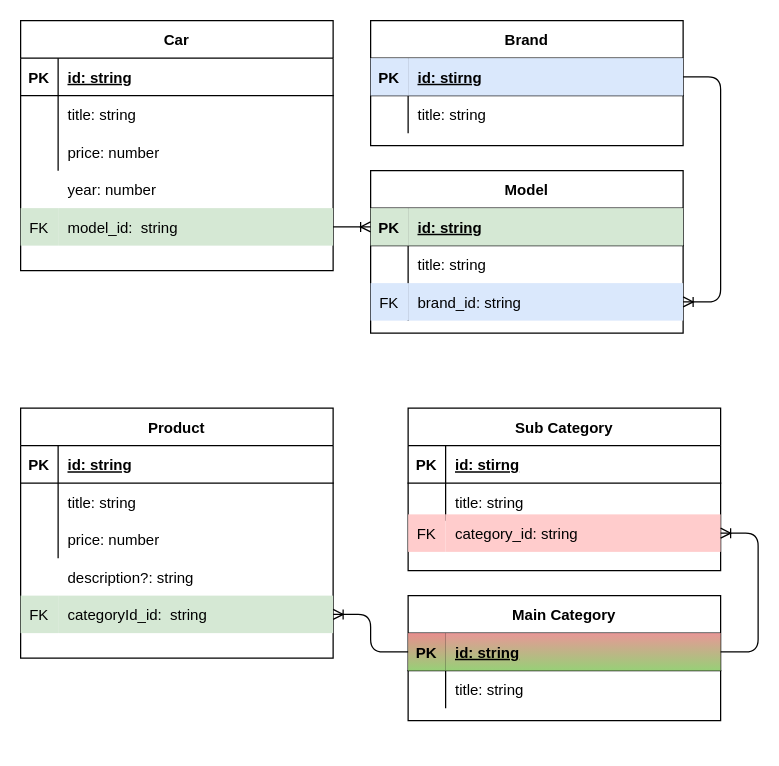
This is umls.drawio from ZilvinasVidmantas/TS-programa, a draw.io file, before an edit. Source tidied: cells renumbered, new cells numbered last; positions are measured from the earlier drawing's top-left corner, leaving out a move shared by most shapes. Both pictures are drawn from the tidied source at 125%, with x=0, y=0 at pixel (20, 20).
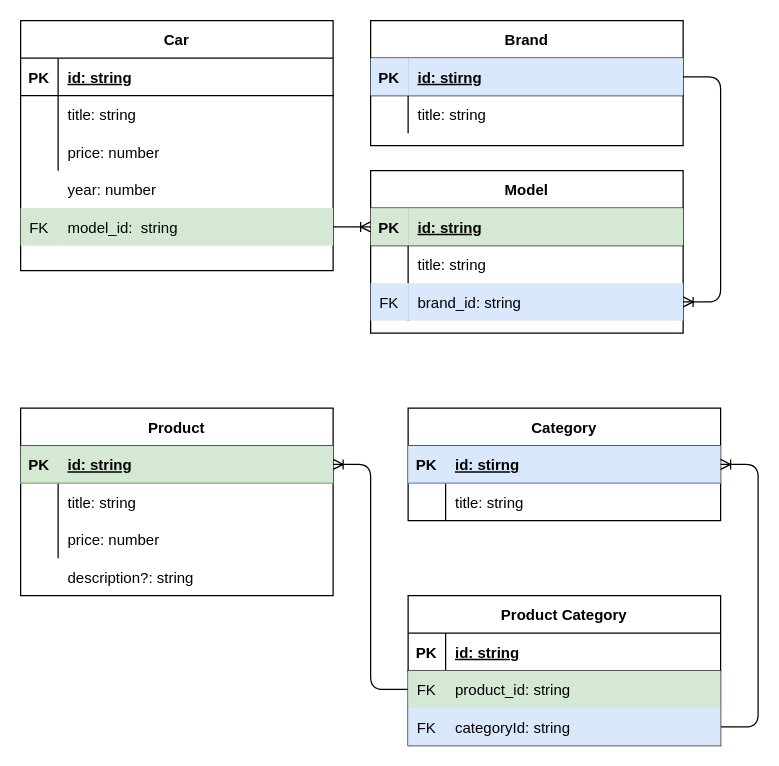
The same diagram, later.

The change refers to these unchanged cells:
```xml
<mxCell id="37" style="shape=partialRectangle;fillColor=none;points=[[0,0.5],[1,0.5]];portConstraint=eastwest;top=0;left=0;right=0;bottom=1;" parent="36" vertex="1">
  <mxGeometry y="30" width="250" height="30" as="geometry" />
</mxCell>
```

What changed in the source:
```diff
@@
-    <mxCell id="36" value="Main Category" style="shape=table;startSize=30;childLayout=tableLayout;rowLines=0;fontStyle=1;align=center;fillColor=none;" parent="1" vertex="1">
-      <mxGeometry x="310" y="460" width="250" height="100" as="geometry" />
+    <mxCell id="36" value="Product Category" style="shape=table;startSize=30;childLayout=tableLayout;rowLines=0;fontStyle=1;align=center;fillColor=none;" parent="1" vertex="1">
+      <mxGeometry x="310" y="460" width="250" height="120" as="geometry" />
     </mxCell>
@@
-    <mxCell id="38" value="PK" style="shape=partialRectangle;overflow=hidden;fillColor=#E88E8E;top=0;left=0;bottom=0;right=0;fontStyle=1;strokeColor=#82b366;gradientColor=#97d077;" parent="37" vertex="1">
+    <mxCell id="38" value="PK" style="shape=partialRectangle;overflow=hidden;fillColor=none;top=0;left=0;bottom=0;right=0;fontStyle=1;strokeColor=#82b366;gradientColor=#97d077;" parent="37" vertex="1">
       <mxGeometry width="30" height="30" as="geometry" />
     </mxCell>
-    <mxCell id="39" value="id: string" style="shape=partialRectangle;overflow=hidden;fillColor=#E89797;top=0;left=0;bottom=0;right=0;align=left;spacingLeft=6;fontStyle=5;strokeColor=#82b366;gradientColor=#97d077;" parent="37" vertex="1">
+    <mxCell id="39" value="id: string" style="shape=partialRectangle;overflow=hidden;fillColor=none;top=0;left=0;bottom=0;right=0;align=left;spacingLeft=6;fontStyle=5;strokeColor=#82b366;gradientColor=#97d077;" parent="37" vertex="1">
       <mxGeometry x="30" width="220" height="30" as="geometry" />
     </mxCell>
-    <mxCell id="40" style="shape=partialRectangle;fillColor=none;top=0;left=0;right=0;bottom=0;" parent="36" vertex="1">
-      <mxGeometry y="60" width="250" height="30" as="geometry" />
-    </mxCell>
-    <mxCell id="41" style="shape=partialRectangle;overflow=hidden;fillColor=none;top=0;left=0;bottom=0;right=0;" parent="40" vertex="1">
-      <mxGeometry width="30" height="30" as="geometry" />
-    </mxCell>
-    <mxCell id="42" value="title: string" style="shape=partialRectangle;overflow=hidden;fillColor=none;top=0;left=0;bottom=0;right=0;align=left;spacingLeft=6;" parent="40" vertex="1">
-      <mxGeometry x="30" width="220" height="30" as="geometry" />
-    </mxCell>
     <mxCell id="43" value="Product" style="shape=table;startSize=30;childLayout=tableLayout;rowLines=0;fontStyle=1;align=center;" parent="1" vertex="1">
-      <mxGeometry y="310" width="250" height="200" as="geometry" />
+      <mxGeometry y="310" width="250" height="150" as="geometry" />
     </mxCell>
-    <mxCell id="44" style="shape=partialRectangle;fillColor=none;points=[[0,0.5],[1,0.5]];portConstraint=eastwest;top=0;left=0;right=0;bottom=1;" parent="43" vertex="1">
+    <mxCell id="44" style="shape=partialRectangle;fillColor=#d5e8d4;points=[[0,0.5],[1,0.5]];portConstraint=eastwest;top=0;left=0;right=0;bottom=1;strokeColor=#82b366;" parent="43" vertex="1">
       <mxGeometry y="30" width="250" height="30" as="geometry" />
     </mxCell>
@@
-    <mxCell id="53" value="Sub Category" style="shape=table;startSize=30;childLayout=tableLayout;rowLines=0;fontStyle=1;align=center;" parent="1" vertex="1">
-      <mxGeometry x="310" y="310" width="250" height="130" as="geometry" />
+    <mxCell id="53" value="Category" style="shape=table;startSize=30;childLayout=tableLayout;rowLines=0;fontStyle=1;align=center;" parent="1" vertex="1">
+      <mxGeometry x="310" y="310" width="250" height="90" as="geometry" />
     </mxCell>
-    <mxCell id="54" style="shape=partialRectangle;fillColor=none;points=[[0,0.5],[1,0.5]];portConstraint=eastwest;top=0;left=0;right=0;bottom=1;" parent="53" vertex="1">
+    <mxCell id="54" style="shape=partialRectangle;fillColor=#dae8fc;points=[[0,0.5],[1,0.5]];portConstraint=eastwest;top=0;left=0;right=0;bottom=1;strokeColor=#6c8ebf;" parent="53" vertex="1">
       <mxGeometry y="30" width="250" height="30" as="geometry" />
     </mxCell>
@@
-    <mxCell id="63" style="shape=partialRectangle;fillColor=none;points=[[0,0.5],[1,0.5]];portConstraint=eastwest;top=0;left=0;right=0;bottom=0;" parent="1" vertex="1">
-      <mxGeometry y="460" width="250" height="30" as="geometry" />
-    </mxCell>
-    <mxCell id="64" value="FK" style="shape=partialRectangle;overflow=hidden;fillColor=#d5e8d4;top=0;left=0;bottom=0;right=0;strokeColor=#82b366;" parent="63" vertex="1">
-      <mxGeometry width="30" height="30" as="geometry" />
-    </mxCell>
-    <mxCell id="65" value="categoryId_id:  string" style="shape=partialRectangle;overflow=hidden;fillColor=#d5e8d4;top=0;left=0;bottom=0;right=0;align=left;spacingLeft=6;strokeColor=#82b366;" parent="63" vertex="1">
-      <mxGeometry x="30" width="220" height="30" as="geometry" />
-    </mxCell>
-    <mxCell id="66" style="edgeStyle=entityRelationEdgeStyle;fontSize=12;html=1;endArrow=ERoneToMany;" parent="1" edge="1" source="37" target="63">
+    <mxCell id="66" style="edgeStyle=entityRelationEdgeStyle;fontSize=12;html=1;endArrow=ERoneToMany;" parent="1" edge="1" source="72" target="44">
       <mxGeometry relative="1" as="geometry" />
     </mxCell>
-    <mxCell id="67" style="shape=partialRectangle;fillColor=none;points=[[0,0.5],[1,0.5]];portConstraint=eastwest;top=0;left=0;right=0;bottom=0;" parent="1" vertex="1">
-      <mxGeometry x="310" y="395" width="250" height="30" as="geometry" />
-    </mxCell>
-    <mxCell id="68" value="FK" style="shape=partialRectangle;overflow=hidden;fillColor=#ffcccc;top=0;left=0;bottom=0;right=0;strokeColor=#36393d;" parent="67" vertex="1">
-      <mxGeometry width="30" height="30" as="geometry" />
-    </mxCell>
-    <mxCell id="69" value="category_id: string" style="shape=partialRectangle;overflow=hidden;fillColor=#ffcccc;top=0;left=0;bottom=0;right=0;align=left;spacingLeft=6;strokeColor=#36393d;" parent="67" vertex="1">
-      <mxGeometry x="30" width="220" height="30" as="geometry" />
-    </mxCell>
-    <mxCell id="70" style="edgeStyle=entityRelationEdgeStyle;fontSize=12;html=1;endArrow=ERoneToMany;" parent="1" edge="1" source="37" target="67">
+    <mxCell id="70" style="edgeStyle=entityRelationEdgeStyle;fontSize=12;html=1;endArrow=ERoneToMany;" parent="1" edge="1" source="75" target="54">
       <mxGeometry relative="1" as="geometry" />
     </mxCell>
@@
+    <mxCell id="72" style="shape=partialRectangle;fillColor=#d5e8d4;points=[[0,0.5],[1,0.5]];portConstraint=eastwest;top=0;left=0;right=0;bottom=0;strokeColor=#82b366;" parent="1" vertex="1">
+      <mxGeometry x="310" y="520" width="250" height="30" as="geometry" />
+    </mxCell>
+    <mxCell id="73" value="FK" style="shape=partialRectangle;overflow=hidden;fillColor=none;top=0;left=0;bottom=0;right=0;" parent="72" vertex="1">
+      <mxGeometry width="30" height="30" as="geometry" />
+    </mxCell>
+    <mxCell id="74" value="product_id: string" style="shape=partialRectangle;overflow=hidden;fillColor=none;top=0;left=0;bottom=0;right=0;align=left;spacingLeft=6;" parent="72" vertex="1">
+      <mxGeometry x="30" width="220" height="30" as="geometry" />
+    </mxCell>
+    <mxCell id="75" style="shape=partialRectangle;fillColor=#dae8fc;points=[[0,0.5],[1,0.5]];portConstraint=eastwest;top=0;left=0;right=0;bottom=0;strokeColor=#6c8ebf;" parent="1" vertex="1">
+      <mxGeometry x="310" y="550" width="250" height="30" as="geometry" />
+    </mxCell>
+    <mxCell id="76" value="FK" style="shape=partialRectangle;overflow=hidden;fillColor=none;top=0;left=0;bottom=0;right=0;" parent="75" vertex="1">
+      <mxGeometry width="30" height="30" as="geometry" />
+    </mxCell>
+    <mxCell id="77" value="categoryId: string" style="shape=partialRectangle;overflow=hidden;fillColor=none;top=0;left=0;bottom=0;right=0;align=left;spacingLeft=6;" parent="75" vertex="1">
+      <mxGeometry x="30" width="220" height="30" as="geometry" />
+    </mxCell>
```
